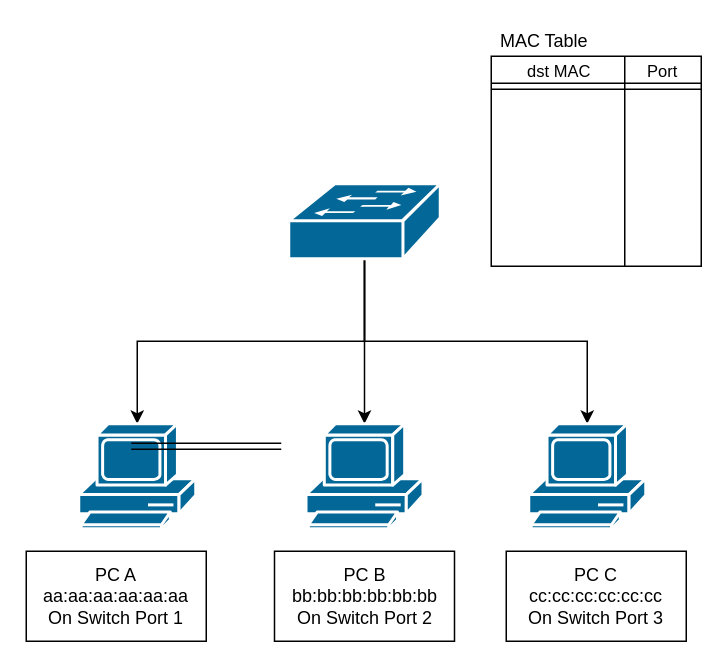
Vincent550102/NASA-graph keeps this draw.io diagram as NASA-graph/Security/L2 switch.drawio. Above is the earlier version. Source tidied: cells renumbered, new cells numbered last; positions are measured from the earlier drawing's top-left corner, leaving out a move shared by most shapes. Both pictures are drawn from the tidied source at 150%, with x=0, y=0 at pixel (26, 26).
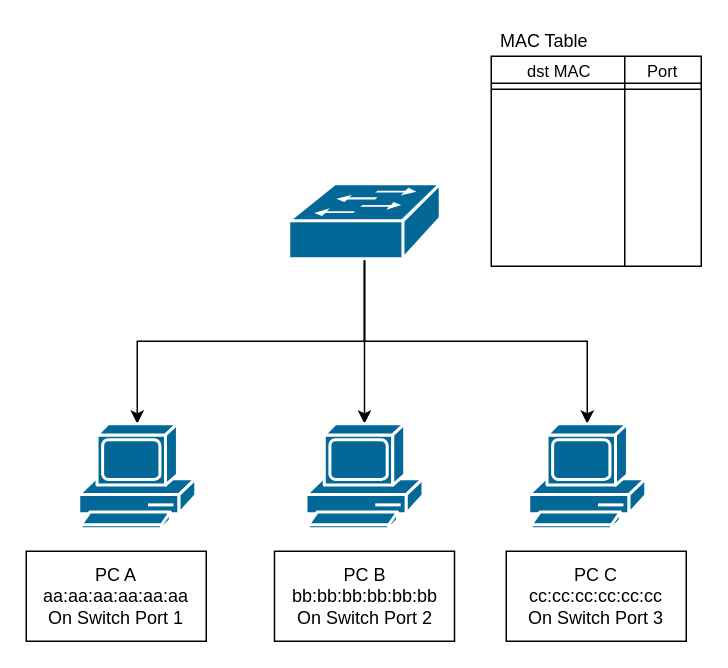
The same page after the edit.

What changed in the source:
```diff
@@
-    <mxCell id="14" style="shape=link;html=1;rounded=0;" parent="1" edge="1">
-      <mxGeometry relative="1" as="geometry">
-        <mxPoint x="70" y="280" as="sourcePoint" />
-        <mxPoint x="170" y="280" as="targetPoint" />
-      </mxGeometry>
-    </mxCell>
```
